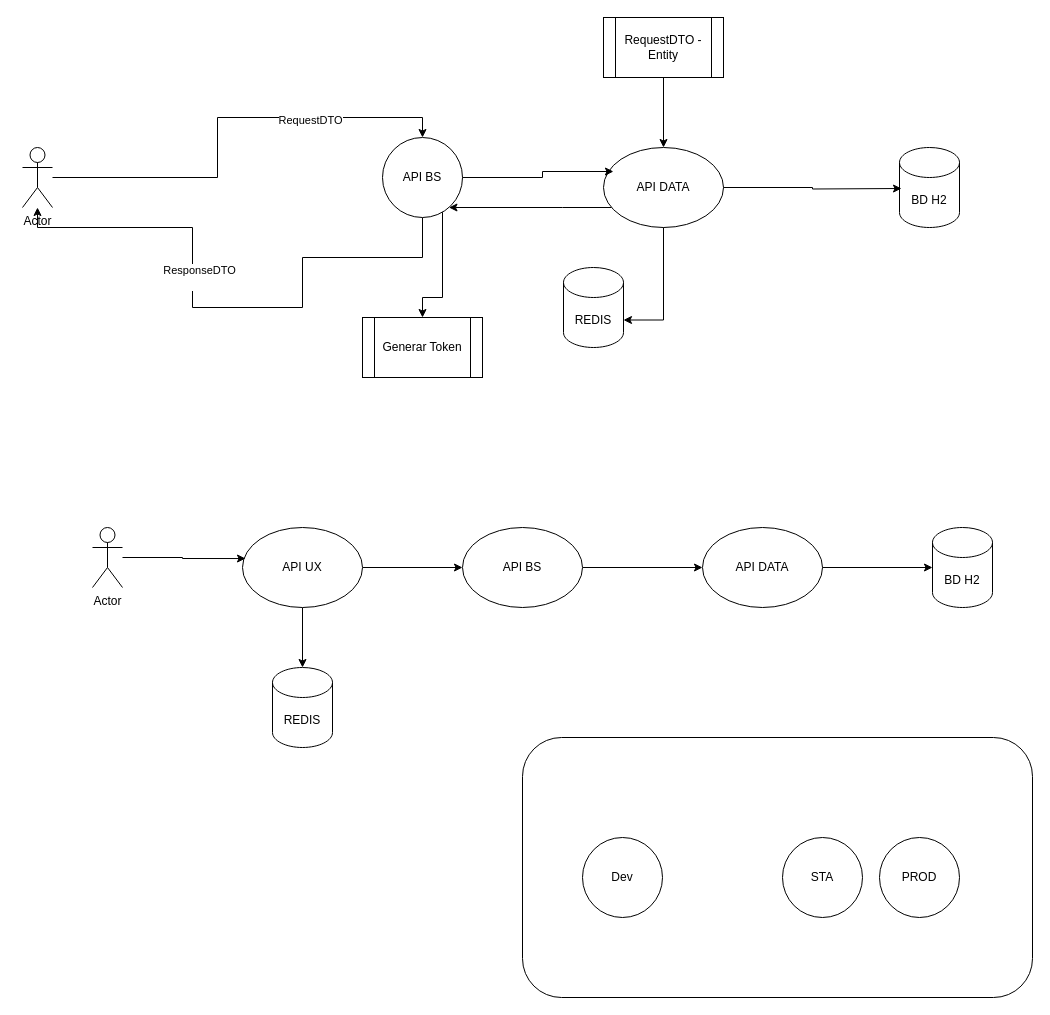
Before: api-data-v1/doc/app.drawio in wlopezob/curso-webflux, a draw.io diagram. Source tidied: cells renumbered, new cells numbered last; positions are measured from the earlier drawing's top-left corner, leaving out a move shared by most shapes. Both pictures are drawn from the tidied source at 100%, with x=0, y=0 at pixel (22, 17).
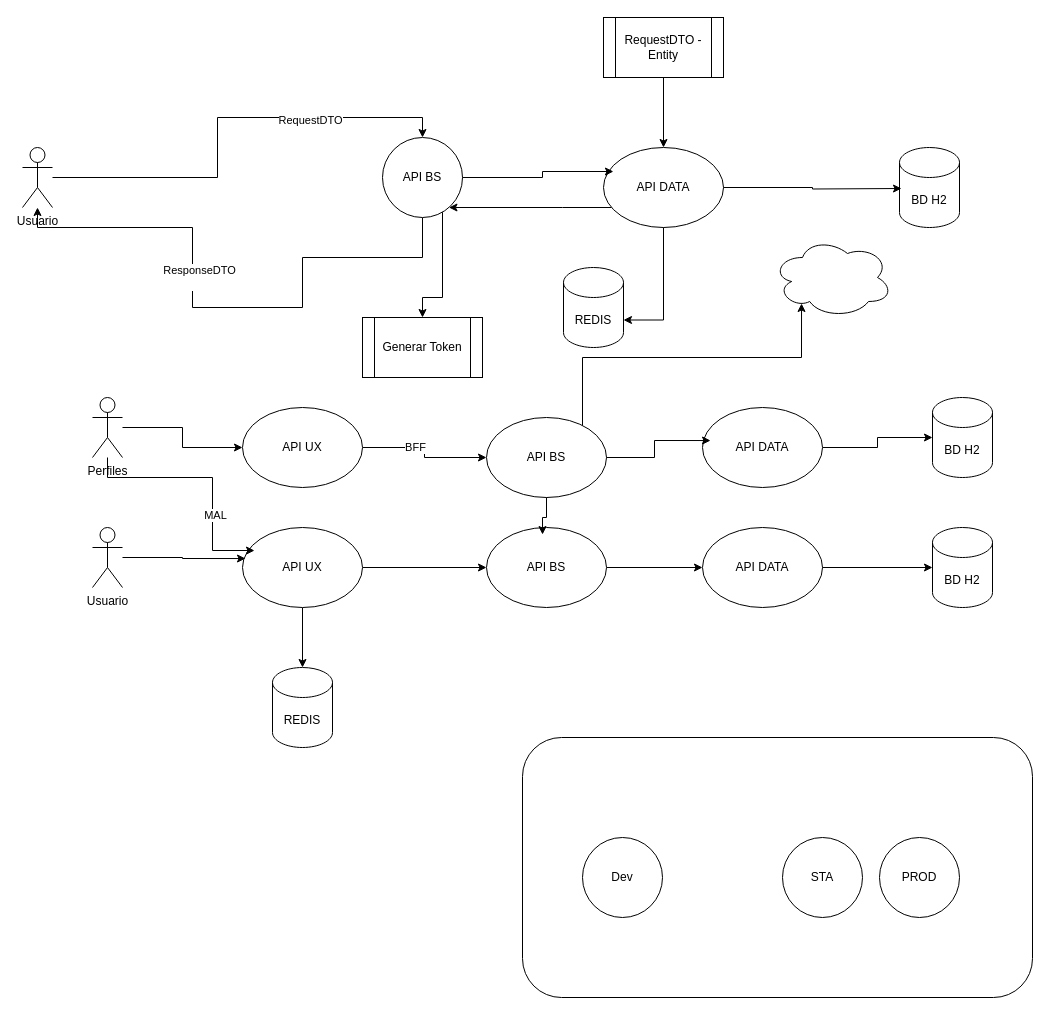
After the change.

Unchanged cells that the change refers to:
```xml
<mxCell id="16" value="API UX" style="ellipse;whiteSpace=wrap;html=1;" parent="1" vertex="1">
  <mxGeometry x="220" y="510" width="120" height="80" as="geometry" />
</mxCell>
```

What changed in the source:
```diff
@@
-    <mxCell id="9" value="Actor" style="shape=umlActor;verticalLabelPosition=bottom;verticalAlign=top;html=1;outlineConnect=0;" parent="1" vertex="1">
+    <mxCell id="9" value="Usuario" style="shape=umlActor;verticalLabelPosition=bottom;verticalAlign=top;html=1;outlineConnect=0;" parent="1" vertex="1">
       <mxGeometry y="130" width="30" height="60" as="geometry" />
     </mxCell>
@@
     <mxCell id="19" value="API BS" style="ellipse;whiteSpace=wrap;html=1;" parent="1" vertex="1">
-      <mxGeometry x="440" y="510" width="120" height="80" as="geometry" />
+      <mxGeometry x="464" y="510" width="120" height="80" as="geometry" />
     </mxCell>
@@
-    <mxCell id="23" value="Actor" style="shape=umlActor;verticalLabelPosition=bottom;verticalAlign=top;html=1;outlineConnect=0;" parent="1" vertex="1">
+    <mxCell id="23" value="Usuario" style="shape=umlActor;verticalLabelPosition=bottom;verticalAlign=top;html=1;outlineConnect=0;" parent="1" vertex="1">
       <mxGeometry x="70" y="510" width="30" height="60" as="geometry" />
     </mxCell>
@@
+    <mxCell id="34" value="API BS" style="ellipse;whiteSpace=wrap;html=1;" parent="1" vertex="1">
+      <mxGeometry x="464" y="400" width="120" height="80" as="geometry" />
+    </mxCell>
+    <mxCell id="35" style="edgeStyle=orthogonalEdgeStyle;rounded=0;jettySize=auto;html=1;entryX=0;entryY=0.5;entryDx=0;entryDy=0;" parent="1" edge="1" source="37" target="34">
+      <mxGeometry relative="1" as="geometry" />
+    </mxCell>
+    <mxCell id="36" value="BFF" style="edgeLabel;html=1;align=center;verticalAlign=middle;" parent="35" vertex="1">
+      <mxGeometry x="-0.22" y="1" relative="1" as="geometry" />
+    </mxCell>
+    <mxCell id="37" value="API UX" style="ellipse;whiteSpace=wrap;html=1;" parent="1" vertex="1">
+      <mxGeometry x="220" y="390" width="120" height="80" as="geometry" />
+    </mxCell>
+    <mxCell id="38" style="edgeStyle=orthogonalEdgeStyle;rounded=0;jettySize=auto;html=1;" parent="1" edge="1" source="39" target="41">
+      <mxGeometry relative="1" as="geometry" />
+    </mxCell>
+    <mxCell id="39" value="API DATA" style="ellipse;whiteSpace=wrap;html=1;" parent="1" vertex="1">
+      <mxGeometry x="680" y="390" width="120" height="80" as="geometry" />
+    </mxCell>
+    <mxCell id="40" style="edgeStyle=orthogonalEdgeStyle;rounded=0;jettySize=auto;html=1;entryX=0.067;entryY=0.413;entryDx=0;entryDy=0;entryPerimeter=0;" parent="1" edge="1" source="34" target="39">
+      <mxGeometry relative="1" as="geometry" />
+    </mxCell>
+    <mxCell id="41" value="BD H2" style="shape=cylinder3;whiteSpace=wrap;html=1;boundedLbl=1;backgroundOutline=1;size=15;" parent="1" vertex="1">
+      <mxGeometry x="910" y="380" width="60" height="80" as="geometry" />
+    </mxCell>
+    <mxCell id="42" style="edgeStyle=orthogonalEdgeStyle;rounded=0;jettySize=auto;html=1;entryX=0.467;entryY=0.088;entryDx=0;entryDy=0;entryPerimeter=0;" parent="1" edge="1" source="34" target="19">
+      <mxGeometry relative="1" as="geometry" />
+    </mxCell>
+    <mxCell id="43" style="edgeStyle=orthogonalEdgeStyle;rounded=0;jettySize=auto;html=1;" parent="1" edge="1" source="44" target="37">
+      <mxGeometry relative="1" as="geometry" />
+    </mxCell>
+    <mxCell id="44" value="Perfiles" style="shape=umlActor;verticalLabelPosition=bottom;verticalAlign=top;html=1;outlineConnect=0;" parent="1" vertex="1">
+      <mxGeometry x="70" y="380" width="30" height="60" as="geometry" />
+    </mxCell>
+    <mxCell id="45" style="edgeStyle=orthogonalEdgeStyle;rounded=0;jettySize=auto;html=1;entryX=0.1;entryY=0.288;entryDx=0;entryDy=0;entryPerimeter=0;" parent="1" edge="1" source="44" target="16">
+      <mxGeometry relative="1" as="geometry">
+        <Array as="points">
+          <mxPoint x="85" y="460" />
+          <mxPoint x="190" y="460" />
+          <mxPoint x="190" y="533" />
+        </Array>
+      </mxGeometry>
+    </mxCell>
+    <mxCell id="46" value="MAL" style="edgeLabel;html=1;align=center;verticalAlign=middle;" parent="45" vertex="1">
+      <mxGeometry x="0.35" y="2" relative="1" as="geometry" />
+    </mxCell>
+    <mxCell id="47" style="ellipse;shape=cloud;whiteSpace=wrap;html=1;" parent="1" vertex="1">
+      <mxGeometry x="750" y="220" width="120" height="80" as="geometry" />
+    </mxCell>
+    <mxCell id="48" style="edgeStyle=orthogonalEdgeStyle;rounded=0;jettySize=auto;html=1;entryX=0.242;entryY=0.825;entryDx=0;entryDy=0;entryPerimeter=0;" parent="1" edge="1" source="34" target="47">
+      <mxGeometry relative="1" as="geometry">
+        <Array as="points">
+          <mxPoint x="560" y="340" />
+          <mxPoint x="779" y="340" />
+        </Array>
+      </mxGeometry>
+    </mxCell>
```
